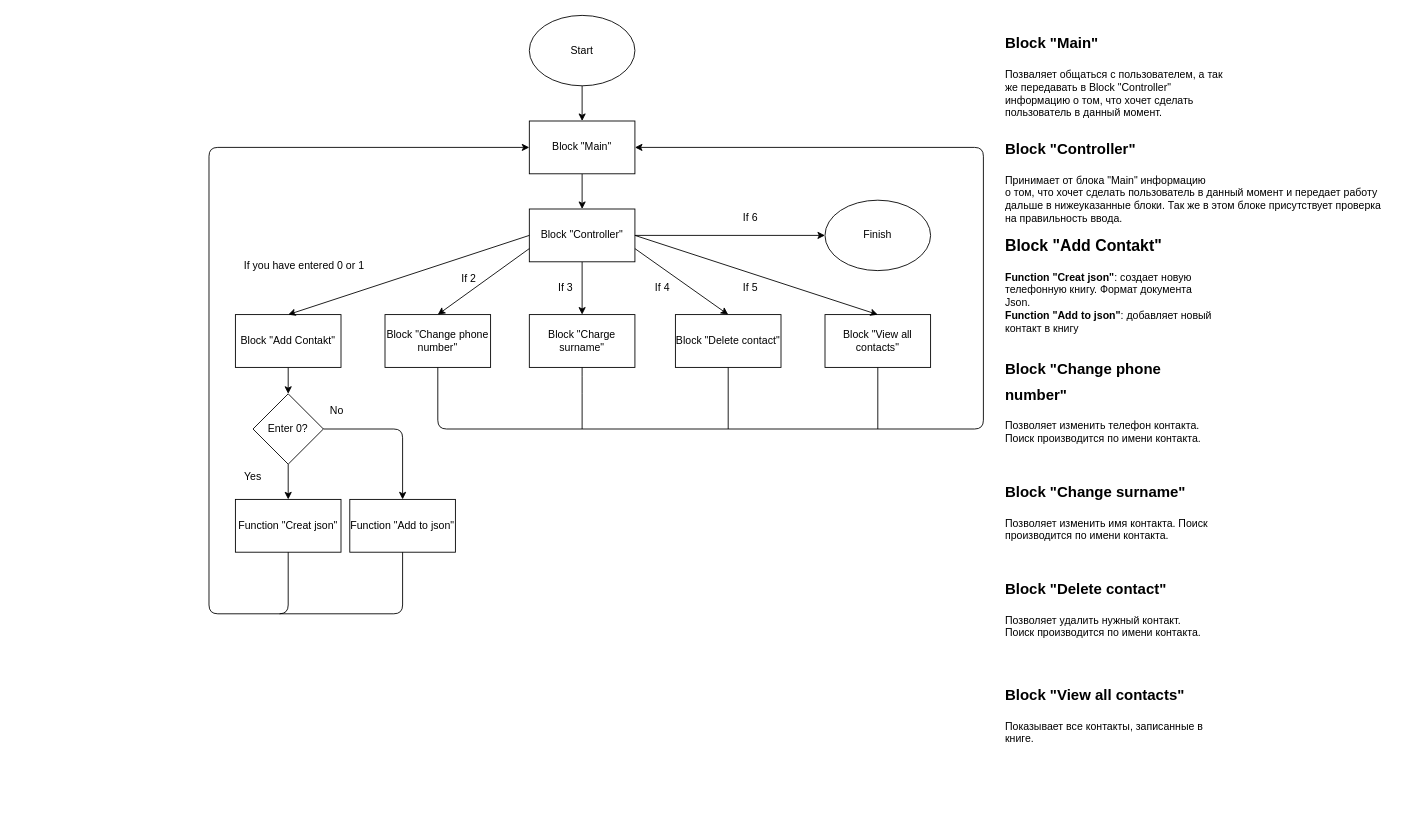
Before: block_diargram.drawio in AntonFedonin/Home_Work_Phone_Book, a draw.io diagram. Source tidied: cells renumbered, new cells numbered last; positions are measured from the earlier drawing's top-left corner, leaving out a move shared by most shapes. Both pictures are drawn from the tidied source at 88%, with x=0, y=0 at pixel (209, 15).
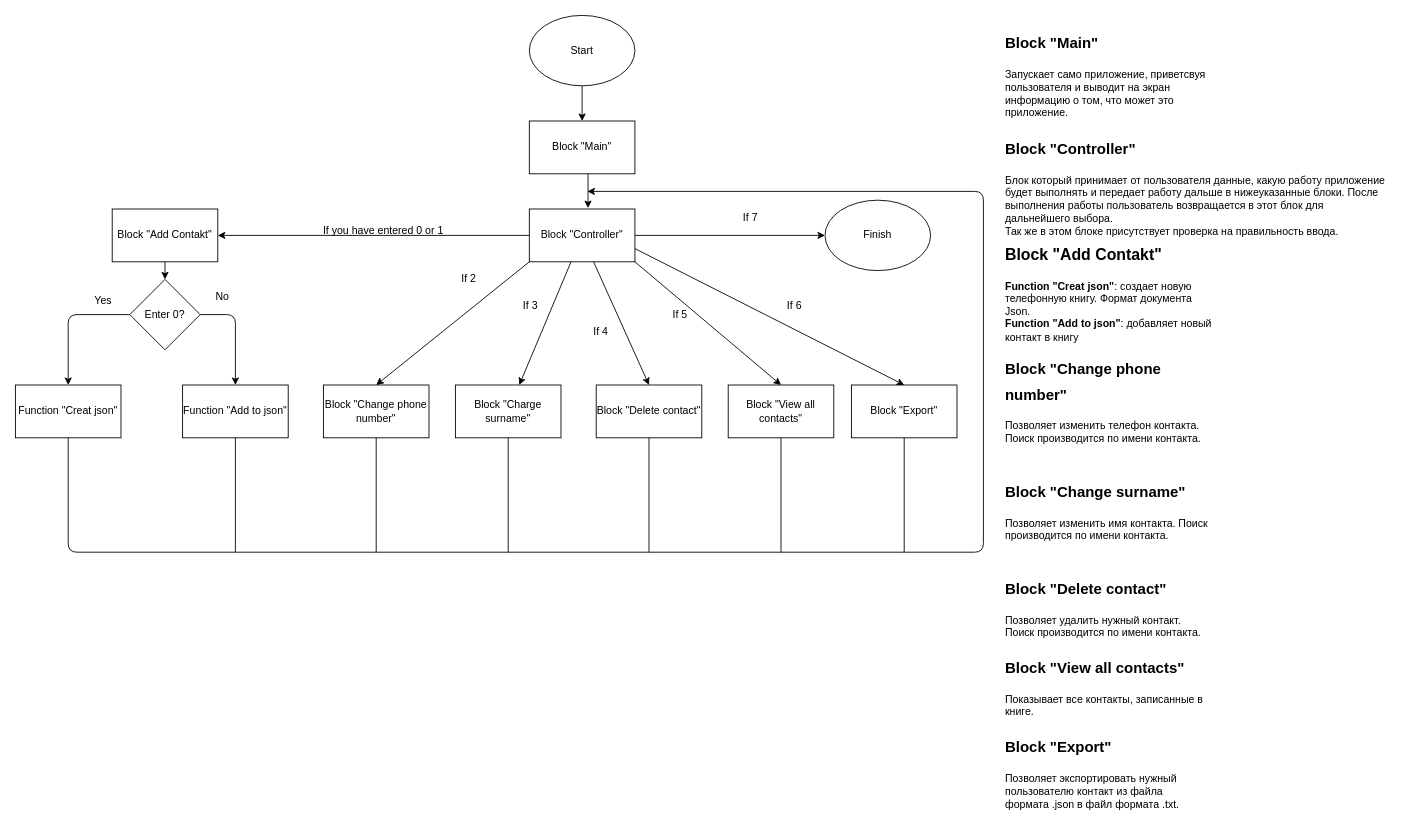
The same diagram, later.

The change refers to these unchanged cells:
```xml
<mxCell id="5" value="Block &quot;Controller&quot;" style="rounded=0;whiteSpace=wrap;html=1;" parent="1" vertex="1">
  <mxGeometry x="364" y="220" width="120" height="60" as="geometry" />
</mxCell>
<mxCell id="7" value="Block &quot;Main&quot;" style="rounded=0;whiteSpace=wrap;html=1;" parent="1" vertex="1">
  <mxGeometry x="364" y="120" width="120" height="60" as="geometry" />
</mxCell>
```

The edit, as a diff of the source:
```diff
@@
-    <mxCell id="6" style="edgeStyle=none;html=1;" parent="1" edge="1" source="7" target="5">
+    <mxCell id="6" style="edgeStyle=none;html=1;exitX=0.556;exitY=0.983;exitDx=0;exitDy=0;exitPerimeter=0;entryX=0.556;entryY=-0.017;entryDx=0;entryDy=0;entryPerimeter=0;" parent="1" edge="1" source="7" target="5">
       <mxGeometry relative="1" as="geometry" />
     </mxCell>
@@
     <mxCell id="9" value="Block &quot;Add Contakt&quot;" style="rounded=0;whiteSpace=wrap;html=1;" parent="1" vertex="1">
-      <mxGeometry x="30" y="340" width="120" height="60" as="geometry" />
+      <mxGeometry x="-110" y="220" width="120" height="60" as="geometry" />
     </mxCell>
     <mxCell id="10" value="Block &quot;Change phone number&quot;" style="rounded=0;whiteSpace=wrap;html=1;" parent="1" vertex="1">
-      <mxGeometry x="200" y="340" width="120" height="60" as="geometry" />
+      <mxGeometry x="130" y="420" width="120" height="60" as="geometry" />
     </mxCell>
     <mxCell id="11" value="Block &quot;Charge surname&quot;" style="rounded=0;whiteSpace=wrap;html=1;" parent="1" vertex="1">
-      <mxGeometry x="364" y="340" width="120" height="60" as="geometry" />
+      <mxGeometry x="280" y="420" width="120" height="60" as="geometry" />
     </mxCell>
     <mxCell id="12" value="Block &quot;Delete contact&quot;" style="rounded=0;whiteSpace=wrap;html=1;" parent="1" vertex="1">
-      <mxGeometry x="530" y="340" width="120" height="60" as="geometry" />
+      <mxGeometry x="440" y="420" width="120" height="60" as="geometry" />
     </mxCell>
     <mxCell id="13" value="Block &quot;View all contacts&quot;" style="rounded=0;whiteSpace=wrap;html=1;" parent="1" vertex="1">
-      <mxGeometry x="700" y="340" width="120" height="60" as="geometry" />
+      <mxGeometry x="590" y="420" width="120" height="60" as="geometry" />
     </mxCell>
     <mxCell id="14" value="Function &quot;Creat json&quot;" style="rounded=0;whiteSpace=wrap;html=1;" parent="1" vertex="1">
-      <mxGeometry x="30" y="550" width="120" height="60" as="geometry" />
+      <mxGeometry x="-220" y="420" width="120" height="60" as="geometry" />
     </mxCell>
     <mxCell id="15" value="&lt;span&gt;Function &quot;Add to json&quot;&lt;/span&gt;" style="rounded=0;whiteSpace=wrap;html=1;" parent="1" vertex="1">
-      <mxGeometry x="160" y="550" width="120" height="60" as="geometry" />
+      <mxGeometry x="-30" y="420" width="120" height="60" as="geometry" />
     </mxCell>
-    <mxCell id="16" style="endArrow=classic;html=1;exitX=0;exitY=0.5;exitDx=0;exitDy=0;entryX=0.5;entryY=0;entryDx=0;entryDy=0;" parent="1" edge="1" source="5" target="9">
+    <mxCell id="16" style="endArrow=classic;html=1;exitX=0;exitY=0.5;exitDx=0;exitDy=0;entryX=1;entryY=0.5;entryDx=0;entryDy=0;" parent="1" edge="1" source="5" target="9">
       <mxGeometry relative="1" as="geometry" />
     </mxCell>
     <mxCell id="17" value="If you have entered 0 or 1&amp;nbsp;" style="text;html=1;strokeColor=none;fillColor=none;align=center;verticalAlign=middle;whiteSpace=wrap;rounded=0;" parent="1" vertex="1">
-      <mxGeometry x="30" y="270" width="160" height="30" as="geometry" />
+      <mxGeometry x="120" y="230" width="160" height="30" as="geometry" />
     </mxCell>
-    <mxCell id="18" style="edgeStyle=none;html=1;" parent="1" edge="1" source="19" target="14">
-      <mxGeometry relative="1" as="geometry" />
+    <mxCell id="18" style="edgeStyle=none;html=1;exitX=0;exitY=0.5;exitDx=0;exitDy=0;" parent="1" edge="1" source="19" target="14">
+      <mxGeometry relative="1" as="geometry">
+        <Array as="points">
+          <mxPoint x="-160" y="340" />
+        </Array>
+      </mxGeometry>
     </mxCell>
     <mxCell id="19" value="Enter 0?" style="rhombus;whiteSpace=wrap;html=1;" parent="1" vertex="1">
-      <mxGeometry x="50" y="430" width="80" height="80" as="geometry" />
+      <mxGeometry x="-90" y="300" width="80" height="80" as="geometry" />
     </mxCell>
     <mxCell id="20" value="Yes" style="text;html=1;strokeColor=none;fillColor=none;align=center;verticalAlign=middle;whiteSpace=wrap;rounded=0;" parent="1" vertex="1">
-      <mxGeometry x="20" y="510" width="60" height="30" as="geometry" />
+      <mxGeometry x="-150" y="310" width="60" height="30" as="geometry" />
     </mxCell>
     <mxCell id="21" style="endArrow=classic;html=1;exitX=1;exitY=0.5;exitDx=0;exitDy=0;entryX=0.5;entryY=0;entryDx=0;entryDy=0;" parent="1" edge="1" source="19" target="15">
       <mxGeometry relative="1" as="geometry">
         <Array as="points">
-          <mxPoint x="220" y="470" />
+          <mxPoint x="30" y="340" />
         </Array>
       </mxGeometry>
     </mxCell>
     <mxCell id="22" value="No" style="text;html=1;align=center;verticalAlign=middle;strokeColor=none;fillColor=none;" parent="1" vertex="1">
-      <mxGeometry x="130" y="440" width="30" height="20" as="geometry" />
+      <mxGeometry y="310" width="30" height="20" as="geometry" />
     </mxCell>
-    <mxCell id="23" style="endArrow=classic;html=1;exitX=0;exitY=0.75;exitDx=0;exitDy=0;entryX=0.5;entryY=0;entryDx=0;entryDy=0;" parent="1" edge="1" source="5" target="10">
+    <mxCell id="23" style="endArrow=classic;html=1;exitX=0;exitY=1;exitDx=0;exitDy=0;entryX=0.5;entryY=0;entryDx=0;entryDy=0;" parent="1" edge="1" source="5" target="10">
       <mxGeometry relative="1" as="geometry" />
     </mxCell>
-    <mxCell id="24" style="endArrow=classic;html=1;exitX=1;exitY=0.5;exitDx=0;exitDy=0;entryX=0.5;entryY=0;entryDx=0;entryDy=0;" parent="1" edge="1" source="5" target="13">
+    <mxCell id="24" style="endArrow=classic;html=1;exitX=1;exitY=1;exitDx=0;exitDy=0;entryX=0.5;entryY=0;entryDx=0;entryDy=0;" parent="1" edge="1" source="5" target="13">
       <mxGeometry relative="1" as="geometry" />
     </mxCell>
-    <mxCell id="25" style="endArrow=classic;html=1;exitX=1;exitY=0.75;exitDx=0;exitDy=0;entryX=0.5;entryY=0;entryDx=0;entryDy=0;" parent="1" edge="1" source="5" target="12">
-      <mxGeometry relative="1" as="geometry" />
+    <mxCell id="25" style="endArrow=classic;html=1;entryX=0.5;entryY=0;entryDx=0;entryDy=0;" parent="1" edge="1" target="12">
+      <mxGeometry relative="1" as="geometry">
+        <mxPoint x="437" y="280" as="sourcePoint" />
+      </mxGeometry>
     </mxCell>
@@
     <mxCell id="27" value="If 3" style="text;html=1;align=center;verticalAlign=middle;strokeColor=none;fillColor=none;" parent="1" vertex="1">
-      <mxGeometry x="390" y="300" width="30" height="20" as="geometry" />
+      <mxGeometry x="350" y="320" width="30" height="20" as="geometry" />
     </mxCell>
     <mxCell id="28" value="If 4" style="text;html=1;align=center;verticalAlign=middle;strokeColor=none;fillColor=none;" parent="1" vertex="1">
-      <mxGeometry x="500" y="300" width="30" height="20" as="geometry" />
+      <mxGeometry x="430" y="350" width="30" height="20" as="geometry" />
     </mxCell>
     <mxCell id="29" value="If 5" style="text;html=1;align=center;verticalAlign=middle;strokeColor=none;fillColor=none;" parent="1" vertex="1">
-      <mxGeometry x="600" y="300" width="30" height="20" as="geometry" />
+      <mxGeometry x="520" y="330" width="30" height="20" as="geometry" />
     </mxCell>
@@
-    <mxCell id="31" value="If 6" style="text;html=1;align=center;verticalAlign=middle;strokeColor=none;fillColor=none;" parent="1" vertex="1">
+    <mxCell id="31" value="If 7" style="text;html=1;align=center;verticalAlign=middle;strokeColor=none;fillColor=none;" parent="1" vertex="1">
       <mxGeometry x="600" y="220" width="30" height="20" as="geometry" />
     </mxCell>
@@
-    <mxCell id="33" style="endArrow=classic;html=1;exitX=0.5;exitY=1;exitDx=0;exitDy=0;entryX=0;entryY=0.5;entryDx=0;entryDy=0;" parent="1" edge="1" source="14" target="7">
-      <mxGeometry relative="1" as="geometry">
-        <Array as="points">
-          <mxPoint x="90" y="680" />
-          <mxPoint y="680" />
-          <mxPoint y="150" />
-        </Array>
-      </mxGeometry>
-    </mxCell>
-    <mxCell id="34" style="endArrow=none;html=1;entryX=0.5;entryY=1;entryDx=0;entryDy=0;" parent="1" edge="1" target="15">
-      <mxGeometry relative="1" as="geometry">
-        <mxPoint x="80" y="680" as="sourcePoint" />
-        <Array as="points">
-          <mxPoint x="220" y="680" />
-        </Array>
-      </mxGeometry>
-    </mxCell>
-    <mxCell id="35" style="endArrow=classic;html=1;exitX=0.5;exitY=1;exitDx=0;exitDy=0;entryX=1;entryY=0.5;entryDx=0;entryDy=0;" parent="1" edge="1" source="10" target="7">
-      <mxGeometry relative="1" as="geometry">
-        <Array as="points">
-          <mxPoint x="260" y="470" />
-          <mxPoint x="880" y="470" />
-          <mxPoint x="880" y="150" />
-        </Array>
-      </mxGeometry>
-    </mxCell>
-    <mxCell id="36" style="endArrow=none;html=1;entryX=0.5;entryY=1;entryDx=0;entryDy=0;" parent="1" edge="1" target="11">
-      <mxGeometry relative="1" as="geometry">
-        <mxPoint x="424" y="470" as="sourcePoint" />
-        <Array as="points">
-          <mxPoint x="424" y="420" />
-        </Array>
-      </mxGeometry>
-    </mxCell>
-    <mxCell id="37" style="endArrow=none;html=1;entryX=0.5;entryY=1;entryDx=0;entryDy=0;" parent="1" edge="1" target="12">
-      <mxGeometry relative="1" as="geometry">
-        <mxPoint x="590" y="470" as="sourcePoint" />
-      </mxGeometry>
-    </mxCell>
-    <mxCell id="38" style="endArrow=none;html=1;entryX=0.5;entryY=1;entryDx=0;entryDy=0;" parent="1" edge="1" target="13">
-      <mxGeometry relative="1" as="geometry">
-        <mxPoint x="760" y="470" as="sourcePoint" />
-      </mxGeometry>
-    </mxCell>
     <mxCell id="39" value="&lt;h1&gt;&lt;span style=&quot;text-align: center&quot;&gt;&lt;font style=&quot;font-size: 18px&quot;&gt;Block &quot;Add Contakt&quot;&lt;/font&gt;&lt;/span&gt;&lt;br&gt;&lt;/h1&gt;&lt;div&gt;&lt;span style=&quot;text-align: center&quot;&gt;&lt;b&gt;Function &quot;Creat json&quot;&lt;/b&gt;: создает новую телефонную книгу. Формат документа Json.&amp;nbsp;&lt;/span&gt;&lt;/div&gt;&lt;div&gt;&lt;span style=&quot;text-align: center&quot;&gt;&lt;b&gt;Function &quot;Add to json&quot;&lt;/b&gt;: добавляет новый контакт в книгу&lt;/span&gt;&lt;/div&gt;" style="text;html=1;strokeColor=none;fillColor=none;spacing=5;spacingTop=-20;whiteSpace=wrap;overflow=hidden;rounded=0;" parent="1" vertex="1">
-      <mxGeometry x="900" y="240" width="250" height="130" as="geometry" />
+      <mxGeometry x="900" y="250" width="250" height="130" as="geometry" />
     </mxCell>
@@
     <mxCell id="43" value="&lt;h1&gt;&lt;span style=&quot;text-align: center&quot;&gt;&lt;font style=&quot;font-size: 17px&quot;&gt;Block &quot;View all contacts&quot;&lt;/font&gt;&lt;/span&gt;&lt;/h1&gt;&lt;div&gt;Показывает все контакты, записанные в книге.&lt;/div&gt;&lt;span style=&quot;text-align: center&quot;&gt;&lt;br&gt;&lt;/span&gt;" style="text;html=1;strokeColor=none;fillColor=none;spacing=5;spacingTop=-20;whiteSpace=wrap;overflow=hidden;rounded=0;" parent="1" vertex="1">
-      <mxGeometry x="900" y="750" width="240" height="90" as="geometry" />
+      <mxGeometry x="900" y="720" width="240" height="90" as="geometry" />
     </mxCell>
-    <mxCell id="44" value="&lt;h1&gt;&lt;span style=&quot;text-align: center&quot;&gt;&lt;font style=&quot;font-size: 17px&quot;&gt;Block &quot;Main&quot;&lt;/font&gt;&lt;/span&gt;&lt;/h1&gt;&lt;div&gt;Позваляет общаться с пользователем, а так же передавать в Block &quot;Controller&quot; информацию о том, что хочет сделать пользователь в данный момент.&lt;/div&gt;" style="text;html=1;strokeColor=none;fillColor=none;spacing=5;spacingTop=-20;whiteSpace=wrap;overflow=hidden;rounded=0;" parent="1" vertex="1">
+    <mxCell id="44" value="&lt;h1&gt;&lt;span style=&quot;text-align: center&quot;&gt;&lt;font style=&quot;font-size: 17px&quot;&gt;Block &quot;Main&quot;&lt;/font&gt;&lt;/span&gt;&lt;/h1&gt;&lt;div&gt;Запускает само приложение, приветсвуя пользователя и выводит на экран информацию о том, что может это приложение.&amp;nbsp;&lt;/div&gt;" style="text;html=1;strokeColor=none;fillColor=none;spacing=5;spacingTop=-20;whiteSpace=wrap;overflow=hidden;rounded=0;" parent="1" vertex="1">
       <mxGeometry x="900" y="10" width="270" height="110" as="geometry" />
     </mxCell>
-    <mxCell id="45" value="&lt;h1&gt;&lt;span style=&quot;text-align: center&quot;&gt;&lt;font style=&quot;font-size: 17px&quot;&gt;Block &quot;Controller&quot;&lt;/font&gt;&lt;/span&gt;&lt;/h1&gt;&lt;div&gt;Принимает от блока &quot;Main&quot; информацию&amp;nbsp;&lt;/div&gt;о том, что хочет сделать пользователь в данный момент и передает работу дальше в нижеуказанные блоки. Так же в этом блоке присутствует проверка на правильность ввода.&lt;div&gt;&amp;nbsp;&lt;/div&gt;" style="text;html=1;strokeColor=none;fillColor=none;spacing=5;spacingTop=-20;whiteSpace=wrap;overflow=hidden;rounded=0;" parent="1" vertex="1">
-      <mxGeometry x="900" y="130" width="440" height="110" as="geometry" />
+    <mxCell id="45" value="&lt;h1&gt;&lt;span style=&quot;text-align: center&quot;&gt;&lt;font style=&quot;font-size: 17px&quot;&gt;Block &quot;Controller&quot;&lt;/font&gt;&lt;/span&gt;&lt;/h1&gt;&lt;div&gt;&lt;/div&gt;Блок который принимает от пользователя данные, какую работу приложение будет выполнять и передает работу дальше в нижеуказанные блоки. После выполнения работы пользователь возвращается в этот блок для дальнейшего выбора.&lt;br&gt;Так же в этом блоке присутствует проверка на правильность ввода.&lt;div&gt;&amp;nbsp;&lt;/div&gt;" style="text;html=1;strokeColor=none;fillColor=none;spacing=5;spacingTop=-20;whiteSpace=wrap;overflow=hidden;rounded=0;" parent="1" vertex="1">
+      <mxGeometry x="900" y="130" width="440" height="130" as="geometry" />
     </mxCell>
+    <mxCell id="46" value="Block &quot;Export&quot;" style="rounded=0;whiteSpace=wrap;html=1;" parent="1" vertex="1">
+      <mxGeometry x="730" y="420" width="120" height="60" as="geometry" />
+    </mxCell>
+    <mxCell id="47" style="endArrow=classic;html=1;exitX=1;exitY=0.75;exitDx=0;exitDy=0;entryX=0.5;entryY=0;entryDx=0;entryDy=0;" parent="1" edge="1" source="5" target="46">
+      <mxGeometry relative="1" as="geometry" />
+    </mxCell>
+    <mxCell id="48" value="If 6" style="text;html=1;align=center;verticalAlign=middle;strokeColor=none;fillColor=none;" parent="1" vertex="1">
+      <mxGeometry x="650" y="320" width="30" height="20" as="geometry" />
+    </mxCell>
+    <mxCell id="49" style="endArrow=classic;html=1;exitX=0.5;exitY=1;exitDx=0;exitDy=0;" parent="1" edge="1" source="14">
+      <mxGeometry relative="1" as="geometry">
+        <mxPoint x="430" y="200" as="targetPoint" />
+        <Array as="points">
+          <mxPoint x="-160" y="610" />
+          <mxPoint x="880" y="610" />
+          <mxPoint x="880" y="200" />
+        </Array>
+      </mxGeometry>
+    </mxCell>
+    <mxCell id="50" style="endArrow=none;html=1;entryX=0.5;entryY=1;entryDx=0;entryDy=0;" parent="1" edge="1" target="11">
+      <mxGeometry relative="1" as="geometry">
+        <mxPoint x="340" y="610" as="sourcePoint" />
+      </mxGeometry>
+    </mxCell>
+    <mxCell id="51" style="endArrow=none;html=1;entryX=0.5;entryY=1;entryDx=0;entryDy=0;" parent="1" edge="1" target="12">
+      <mxGeometry relative="1" as="geometry">
+        <mxPoint x="500" y="610" as="sourcePoint" />
+      </mxGeometry>
+    </mxCell>
+    <mxCell id="52" style="endArrow=none;html=1;entryX=0.5;entryY=1;entryDx=0;entryDy=0;" parent="1" edge="1" target="13">
+      <mxGeometry relative="1" as="geometry">
+        <mxPoint x="650" y="610" as="sourcePoint" />
+      </mxGeometry>
+    </mxCell>
+    <mxCell id="53" style="endArrow=none;html=1;entryX=0.5;entryY=1;entryDx=0;entryDy=0;" parent="1" edge="1" target="46">
+      <mxGeometry relative="1" as="geometry">
+        <mxPoint x="790" y="610" as="sourcePoint" />
+      </mxGeometry>
+    </mxCell>
+    <mxCell id="54" style="endArrow=none;html=1;entryX=0.5;entryY=1;entryDx=0;entryDy=0;" parent="1" edge="1" target="15">
+      <mxGeometry relative="1" as="geometry">
+        <mxPoint x="30" y="610" as="sourcePoint" />
+      </mxGeometry>
+    </mxCell>
+    <mxCell id="55" style="endArrow=none;html=1;entryX=0.5;entryY=1;entryDx=0;entryDy=0;" parent="1" edge="1" target="10">
+      <mxGeometry relative="1" as="geometry">
+        <mxPoint x="190" y="610" as="sourcePoint" />
+      </mxGeometry>
+    </mxCell>
+    <mxCell id="56" value="&lt;h1&gt;&lt;span style=&quot;text-align: center&quot;&gt;&lt;font style=&quot;font-size: 17px&quot;&gt;Block &quot;Export&quot;&lt;/font&gt;&lt;/span&gt;&lt;/h1&gt;&lt;div&gt;Позволяет экспортировать нужный пользователю контакт из файла формата .json в файл формата .txt.&lt;/div&gt;&lt;span style=&quot;text-align: center&quot;&gt;&lt;br&gt;&lt;/span&gt;" style="text;html=1;strokeColor=none;fillColor=none;spacing=5;spacingTop=-20;whiteSpace=wrap;overflow=hidden;rounded=0;" parent="1" vertex="1">
+      <mxGeometry x="900" y="810" width="240" height="100" as="geometry" />
+    </mxCell>
```
